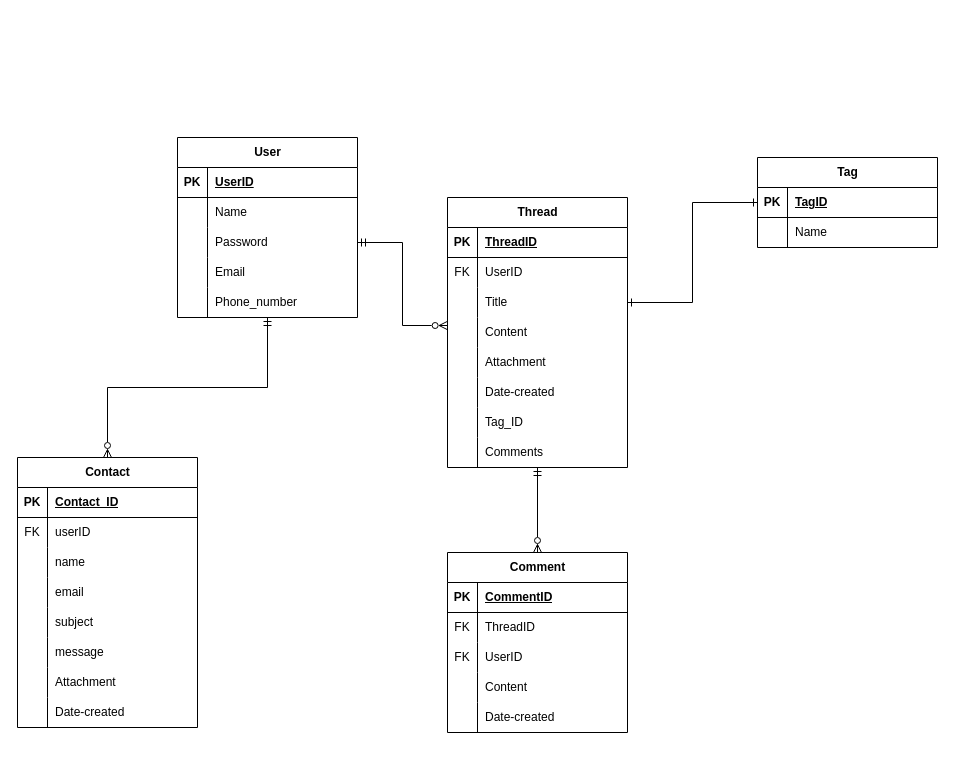
Above: Biểu đồ không có tiêu đề3.drawio in minhduc1222/code_learn (draw.io), before the change. Source tidied: cells renumbered, new cells numbered last; positions are measured from the earlier drawing's top-left corner, leaving out a move shared by most shapes. Both pictures are drawn from the tidied source at 100%, with x=0, y=0 at pixel (17, 137).
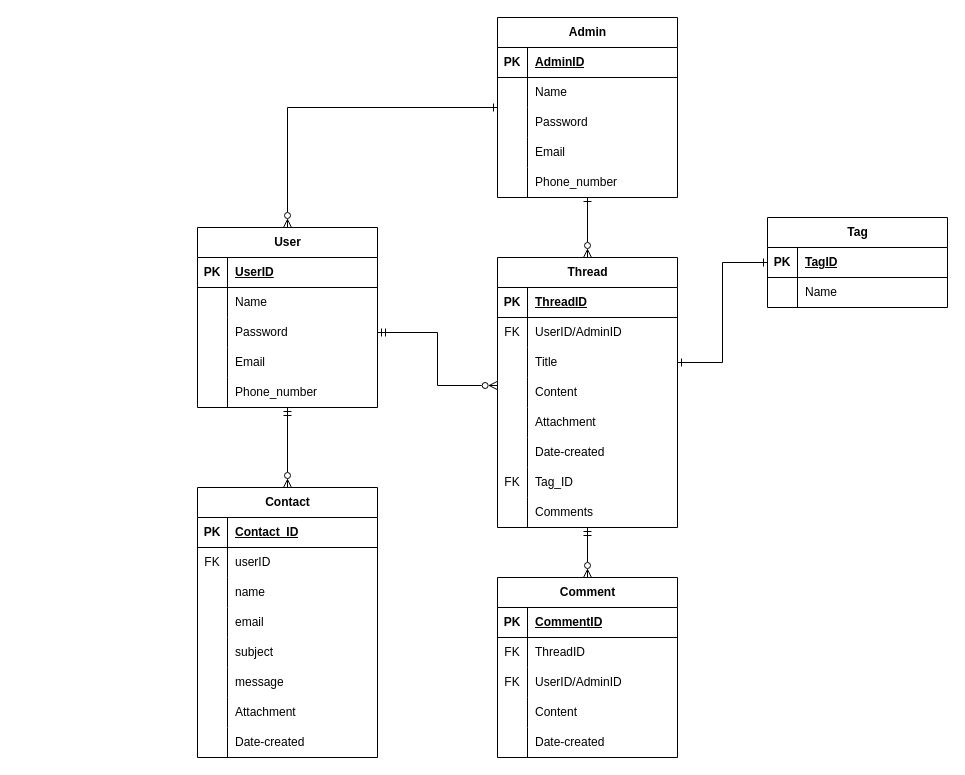
The same diagram, later.

Commit message:
Cập nhật Biểu đồ không có tiêu đề3.drawio

The change refers to these unchanged cells:
```xml
<mxCell id="23" style="shape=tableRow;horizontal=0;startSize=0;swimlaneHead=0;swimlaneBody=0;fillColor=none;top=0;left=0;right=0;bottom=0;" parent="19" vertex="1">
  <mxGeometry y="60" width="180" height="30" as="geometry" />
</mxCell>
<mxCell id="38" style="shape=tableRow;horizontal=0;startSize=0;swimlaneHead=0;swimlaneBody=0;fillColor=none;top=0;left=0;right=0;bottom=0;" parent="19" vertex="1">
  <mxGeometry y="210" width="180" height="30" as="geometry" />
</mxCell>
<mxCell id="58" style="shape=tableRow;horizontal=0;startSize=0;swimlaneHead=0;swimlaneBody=0;fillColor=none;top=0;left=0;right=0;bottom=0;" parent="51" vertex="1">
  <mxGeometry y="90" width="180" height="30" as="geometry" />
</mxCell>
```

Diff of the diagram source:
```diff
@@
     <mxCell id="3" value="User" style="shape=table;startSize=30;childLayout=tableLayout;rowLines=0;fontStyle=1;align=center;html=1;" parent="1" vertex="1">
-      <mxGeometry x="160" width="180" height="180" as="geometry" />
+      <mxGeometry x="180" y="90" width="180" height="180" as="geometry" />
     </mxCell>
@@
     <mxCell id="19" value="Thread" style="shape=table;startSize=30;childLayout=tableLayout;rowLines=0;fontStyle=1;align=center;html=1;" parent="1" vertex="1">
-      <mxGeometry x="430" y="60" width="180" height="270" as="geometry" />
+      <mxGeometry x="480" y="120" width="180" height="270" as="geometry" />
     </mxCell>
@@
-    <mxCell id="25" value="UserID" style="shape=partialRectangle;fillColor=none;top=0;left=0;bottom=0;right=0;align=left;spacingLeft=6;overflow=hidden;whiteSpace=wrap;html=1;" parent="23" vertex="1">
+    <mxCell id="25" value="UserID/AdminID" style="shape=partialRectangle;fillColor=none;top=0;left=0;bottom=0;right=0;align=left;spacingLeft=6;overflow=hidden;whiteSpace=wrap;html=1;" parent="23" vertex="1">
       <mxGeometry x="30" width="150" height="30" as="geometry" />
     </mxCell>
@@
-    <mxCell id="39" style="shape=partialRectangle;fillColor=none;top=0;left=0;bottom=0;right=0;overflow=hidden;whiteSpace=wrap;html=1;" parent="38" vertex="1">
+    <mxCell id="39" value="FK" style="shape=partialRectangle;fillColor=none;top=0;left=0;bottom=0;right=0;overflow=hidden;whiteSpace=wrap;html=1;" parent="38" vertex="1">
       <mxGeometry width="30" height="30" as="geometry" />
     </mxCell>
@@
     <mxCell id="44" value="Tag" style="shape=table;startSize=30;childLayout=tableLayout;rowLines=0;fontStyle=1;align=center;html=1;" parent="1" vertex="1">
-      <mxGeometry x="740" y="20" width="180" height="90" as="geometry" />
+      <mxGeometry x="750" y="80" width="180" height="90" as="geometry" />
     </mxCell>
@@
     <mxCell id="51" value="Comment" style="shape=table;startSize=30;childLayout=tableLayout;rowLines=0;fontStyle=1;align=center;html=1;" parent="1" vertex="1">
-      <mxGeometry x="430" y="415" width="180" height="180" as="geometry" />
+      <mxGeometry x="480" y="440" width="180" height="180" as="geometry" />
     </mxCell>
@@
-    <mxCell id="60" value="UserID" style="shape=partialRectangle;fillColor=none;top=0;left=0;bottom=0;right=0;align=left;spacingLeft=6;overflow=hidden;whiteSpace=wrap;html=1;" parent="58" vertex="1">
+    <mxCell id="60" value="UserID/AdminID" style="shape=partialRectangle;fillColor=none;top=0;left=0;bottom=0;right=0;align=left;spacingLeft=6;overflow=hidden;whiteSpace=wrap;html=1;" parent="58" vertex="1">
       <mxGeometry x="30" width="150" height="30" as="geometry" />
     </mxCell>
@@
     <mxCell id="67" value="Contact" style="shape=table;startSize=30;childLayout=tableLayout;rowLines=0;fontStyle=1;align=center;html=1;" parent="1" vertex="1">
-      <mxGeometry y="320" width="180" height="270" as="geometry" />
+      <mxGeometry x="180" y="350" width="180" height="270" as="geometry" />
     </mxCell>
@@
+    <mxCell id="95" style="edgeStyle=orthogonalEdgeStyle;rounded=0;jettySize=auto;html=1;entryX=0.5;entryY=0;entryDx=0;entryDy=0;startArrow=ERone;startFill=0;endArrow=ERzeroToMany;endFill=0;" parent="1" edge="1" source="97" target="3">
+      <mxGeometry relative="1" as="geometry" />
+    </mxCell>
+    <mxCell id="96" style="edgeStyle=orthogonalEdgeStyle;rounded=0;jettySize=auto;html=1;entryX=0.5;entryY=0;entryDx=0;entryDy=0;endArrow=ERzeroToMany;endFill=0;startArrow=ERone;startFill=0;" parent="1" edge="1" source="97" target="19">
+      <mxGeometry relative="1" as="geometry" />
+    </mxCell>
+    <mxCell id="97" value="Admin" style="shape=table;startSize=30;childLayout=tableLayout;rowLines=0;fontStyle=1;align=center;html=1;" parent="1" vertex="1">
+      <mxGeometry x="480" y="-120" width="180" height="180" as="geometry" />
+    </mxCell>
+    <mxCell id="98" style="shape=tableRow;horizontal=0;startSize=0;swimlaneHead=0;swimlaneBody=0;fillColor=none;top=0;left=0;right=0;bottom=1;" parent="97" vertex="1">
+      <mxGeometry y="30" width="180" height="30" as="geometry" />
+    </mxCell>
+    <mxCell id="99" value="PK" style="shape=partialRectangle;fillColor=none;top=0;left=0;bottom=0;right=0;fontStyle=1;overflow=hidden;whiteSpace=wrap;html=1;" parent="98" vertex="1">
+      <mxGeometry width="30" height="30" as="geometry" />
+    </mxCell>
+    <mxCell id="100" value="AdminID" style="shape=partialRectangle;fillColor=none;top=0;left=0;bottom=0;right=0;align=left;spacingLeft=6;fontStyle=5;overflow=hidden;whiteSpace=wrap;html=1;" parent="98" vertex="1">
+      <mxGeometry x="30" width="150" height="30" as="geometry" />
+    </mxCell>
+    <mxCell id="101" style="shape=tableRow;horizontal=0;startSize=0;swimlaneHead=0;swimlaneBody=0;fillColor=none;top=0;left=0;right=0;bottom=0;" parent="97" vertex="1">
+      <mxGeometry y="60" width="180" height="30" as="geometry" />
+    </mxCell>
+    <mxCell id="102" style="shape=partialRectangle;fillColor=none;top=0;left=0;bottom=0;right=0;overflow=hidden;whiteSpace=wrap;html=1;" parent="101" vertex="1">
+      <mxGeometry width="30" height="30" as="geometry" />
+    </mxCell>
+    <mxCell id="103" value="Name" style="shape=partialRectangle;fillColor=none;top=0;left=0;bottom=0;right=0;align=left;spacingLeft=6;overflow=hidden;whiteSpace=wrap;html=1;" parent="101" vertex="1">
+      <mxGeometry x="30" width="150" height="30" as="geometry" />
+    </mxCell>
+    <mxCell id="104" style="shape=tableRow;horizontal=0;startSize=0;swimlaneHead=0;swimlaneBody=0;fillColor=none;top=0;left=0;right=0;bottom=0;" parent="97" vertex="1">
+      <mxGeometry y="90" width="180" height="30" as="geometry" />
+    </mxCell>
+    <mxCell id="105" style="shape=partialRectangle;fillColor=none;top=0;left=0;bottom=0;right=0;overflow=hidden;whiteSpace=wrap;html=1;" parent="104" vertex="1">
+      <mxGeometry width="30" height="30" as="geometry" />
+    </mxCell>
+    <mxCell id="106" value="Password" style="shape=partialRectangle;fillColor=none;top=0;left=0;bottom=0;right=0;align=left;spacingLeft=6;overflow=hidden;whiteSpace=wrap;html=1;" parent="104" vertex="1">
+      <mxGeometry x="30" width="150" height="30" as="geometry" />
+    </mxCell>
+    <mxCell id="107" style="shape=tableRow;horizontal=0;startSize=0;swimlaneHead=0;swimlaneBody=0;fillColor=none;top=0;left=0;right=0;bottom=0;" parent="97" vertex="1">
+      <mxGeometry y="120" width="180" height="30" as="geometry" />
+    </mxCell>
+    <mxCell id="108" style="shape=partialRectangle;fillColor=none;top=0;left=0;bottom=0;right=0;overflow=hidden;whiteSpace=wrap;html=1;" parent="107" vertex="1">
+      <mxGeometry width="30" height="30" as="geometry" />
+    </mxCell>
+    <mxCell id="109" value="Email" style="shape=partialRectangle;fillColor=none;top=0;left=0;bottom=0;right=0;align=left;spacingLeft=6;overflow=hidden;whiteSpace=wrap;html=1;" parent="107" vertex="1">
+      <mxGeometry x="30" width="150" height="30" as="geometry" />
+    </mxCell>
+    <mxCell id="110" style="shape=tableRow;horizontal=0;startSize=0;swimlaneHead=0;swimlaneBody=0;fillColor=none;top=0;left=0;right=0;bottom=0;" parent="97" vertex="1">
+      <mxGeometry y="150" width="180" height="30" as="geometry" />
+    </mxCell>
+    <mxCell id="111" style="shape=partialRectangle;fillColor=none;top=0;left=0;bottom=0;right=0;overflow=hidden;whiteSpace=wrap;html=1;" parent="110" vertex="1">
+      <mxGeometry width="30" height="30" as="geometry" />
+    </mxCell>
+    <mxCell id="112" value="Phone_number" style="shape=partialRectangle;fillColor=none;top=0;left=0;bottom=0;right=0;align=left;spacingLeft=6;overflow=hidden;whiteSpace=wrap;html=1;" parent="110" vertex="1">
+      <mxGeometry x="30" width="150" height="30" as="geometry" />
+    </mxCell>
```
